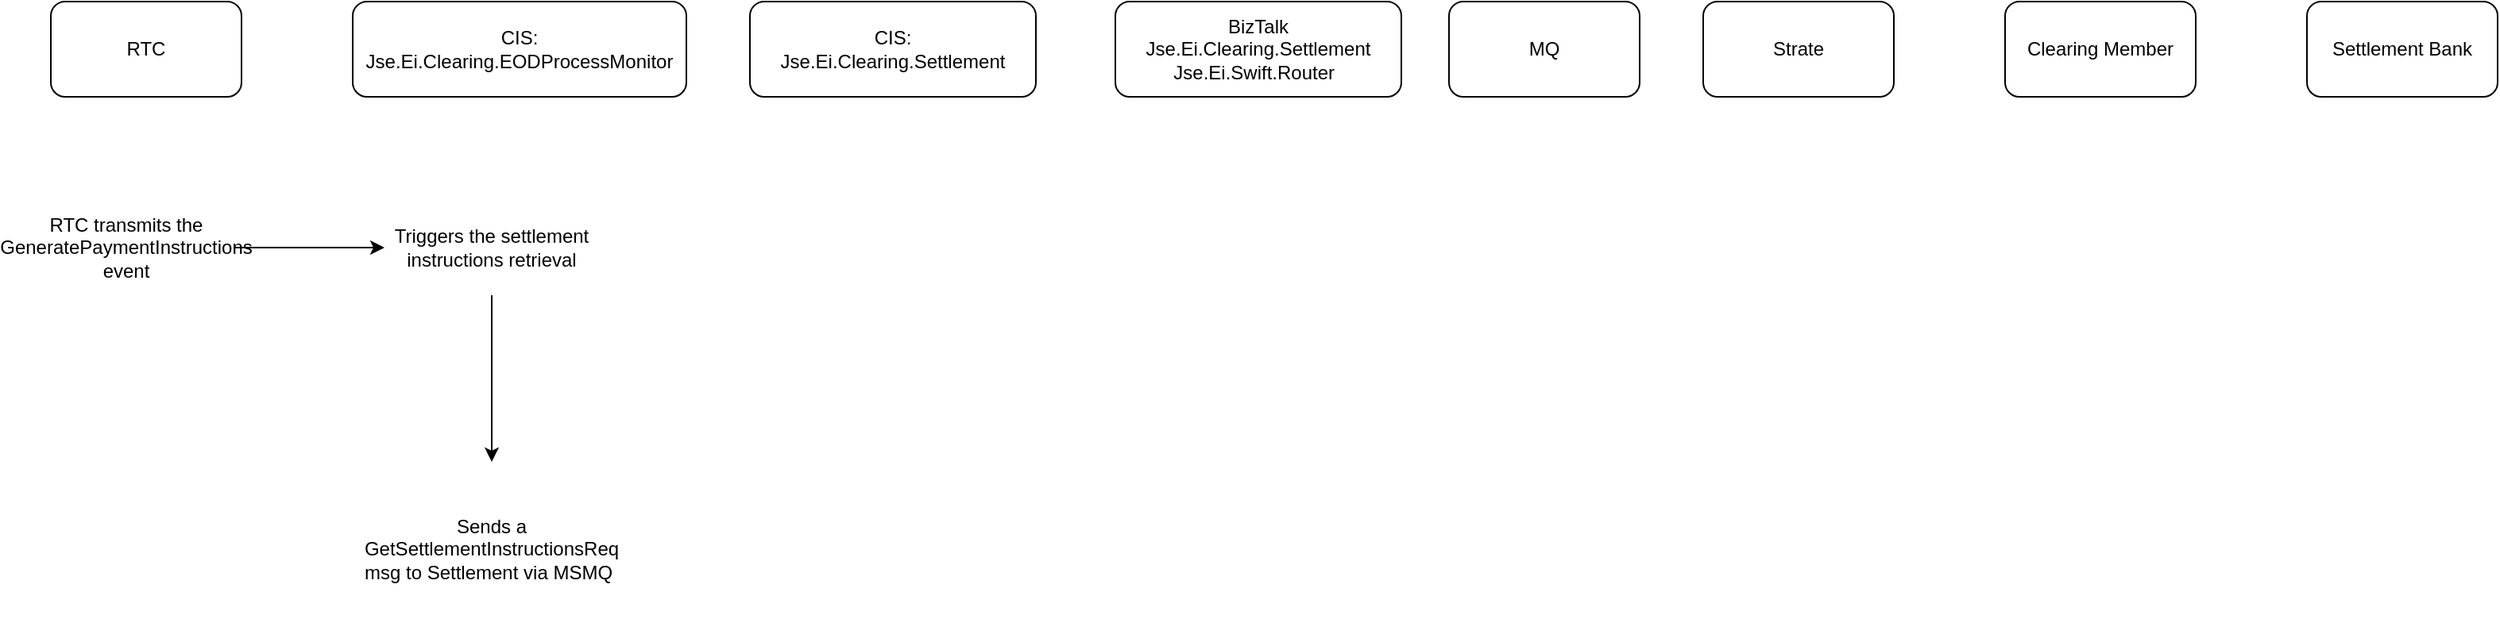
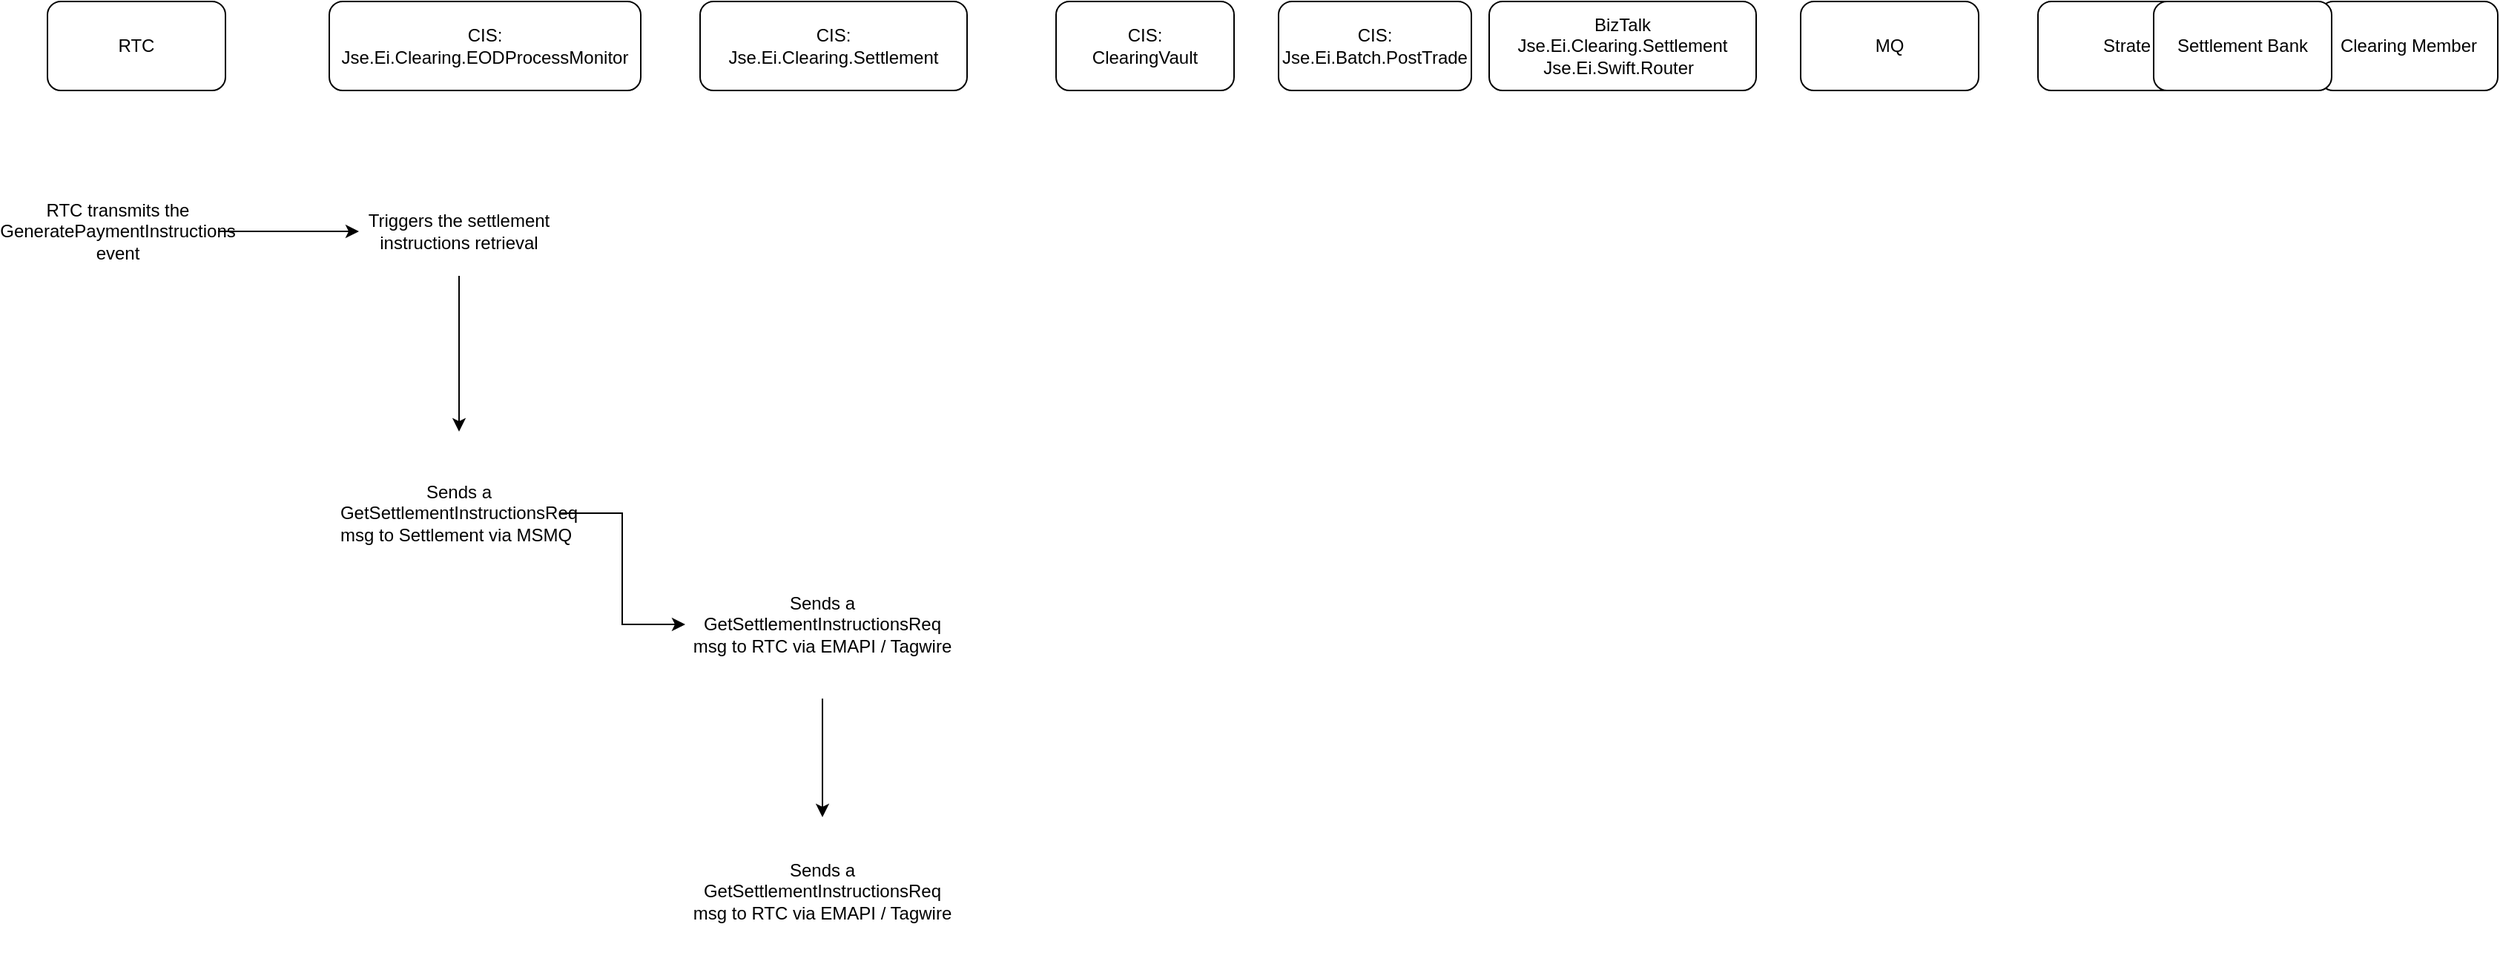
<mxfile host="app.diagrams.net">
  <diagram name="Page-1" id="vidGpl-5MFJZR5KmYKjs">
    <mxGraphModel dx="1406" dy="746" grid="1" gridSize="10" guides="1" tooltips="1" connect="1" arrows="1" fold="1" page="1" pageScale="1" pageWidth="850" pageHeight="1100" math="0" shadow="0">
      <root>
        <mxCell id="0" />
        <mxCell id="1" parent="0" />
        <mxCell id="Y7hr2lu_-T20AjTg2ncd-1" parent="1" style="rounded=1;whiteSpace=wrap;html=1;" value="RTC" vertex="1">
          <mxGeometry height="60" width="120" x="70" y="80" as="geometry" />
        </mxCell>
        <mxCell id="Y7hr2lu_-T20AjTg2ncd-2" parent="1" style="rounded=1;whiteSpace=wrap;html=1;" value="CIS:&lt;div&gt;Jse.Ei.Clearing.Settlement&lt;/div&gt;" vertex="1">
          <mxGeometry height="60" width="180" x="510" y="80" as="geometry" />
        </mxCell>
        <mxCell id="Y7hr2lu_-T20AjTg2ncd-3" parent="1" style="rounded=1;whiteSpace=wrap;html=1;" value="CIS:&lt;div&gt;Jse.Ei.Clearing.EODProcessMonitor&lt;/div&gt;" vertex="1">
          <mxGeometry height="60" width="210" x="260" y="80" as="geometry" />
        </mxCell>
        <mxCell id="Y7hr2lu_-T20AjTg2ncd-4" parent="1" style="rounded=1;whiteSpace=wrap;html=1;" value="BizTalk&lt;div&gt;Jse.Ei.Clearing.Settlement&lt;/div&gt;&lt;div&gt;Jse.Ei.Swift.Router&lt;span style=&quot;white-space: pre;&quot;&gt;&#x9;&lt;/span&gt;&lt;/div&gt;" vertex="1">
-           <mxGeometry height="60" width="180" x="740" y="80" as="geometry" />
+           <mxGeometry height="60" width="180" x="1042" y="80" as="geometry" />
        </mxCell>
        <mxCell id="t7a2u7lnhrg4pLDZo-nx-1" parent="1" style="rounded=1;whiteSpace=wrap;html=1;" value="MQ" vertex="1">
-           <mxGeometry height="60" width="120" x="950" y="80" as="geometry" />
+           <mxGeometry height="60" width="120" x="1252" y="80" as="geometry" />
        </mxCell>
        <mxCell id="t7a2u7lnhrg4pLDZo-nx-2" parent="1" style="rounded=1;whiteSpace=wrap;html=1;" value="Strate" vertex="1">
-           <mxGeometry height="60" width="120" x="1110" y="80" as="geometry" />
+           <mxGeometry height="60" width="120" x="1412" y="80" as="geometry" />
        </mxCell>
        <mxCell id="t7a2u7lnhrg4pLDZo-nx-3" parent="1" style="rounded=1;whiteSpace=wrap;html=1;" value="Clearing Member" vertex="1">
-           <mxGeometry height="60" width="120" x="1300" y="80" as="geometry" />
+           <mxGeometry height="60" width="120" x="1602" y="80" as="geometry" />
        </mxCell>
        <mxCell id="t7a2u7lnhrg4pLDZo-nx-4" parent="1" style="rounded=1;whiteSpace=wrap;html=1;" value="Settlement Bank" vertex="1">
          <mxGeometry height="60" width="120" x="1490" y="80" as="geometry" />
        </mxCell>
        <mxCell id="t7a2u7lnhrg4pLDZo-nx-16" edge="1" parent="1" source="t7a2u7lnhrg4pLDZo-nx-14" style="edgeStyle=orthogonalEdgeStyle;rounded=0;orthogonalLoop=1;jettySize=auto;html=1;" target="t7a2u7lnhrg4pLDZo-nx-15" value="">
          <mxGeometry relative="1" as="geometry" />
        </mxCell>
        <mxCell id="t7a2u7lnhrg4pLDZo-nx-14" parent="1" style="text;html=1;whiteSpace=wrap;strokeColor=none;fillColor=none;align=center;verticalAlign=middle;rounded=0;" value="RTC transmits the GeneratePaymentInstructions event" vertex="1">
          <mxGeometry height="110" width="135" x="50" y="180" as="geometry" />
        </mxCell>
        <mxCell id="t7a2u7lnhrg4pLDZo-nx-18" edge="1" parent="1" source="t7a2u7lnhrg4pLDZo-nx-15" style="edgeStyle=orthogonalEdgeStyle;rounded=0;orthogonalLoop=1;jettySize=auto;html=1;" target="t7a2u7lnhrg4pLDZo-nx-17" value="">
          <mxGeometry relative="1" as="geometry" />
        </mxCell>
        <mxCell id="t7a2u7lnhrg4pLDZo-nx-15" parent="1" style="text;html=1;whiteSpace=wrap;strokeColor=none;fillColor=none;align=center;verticalAlign=middle;rounded=0;" value="Triggers the settlement instructions retrieval" vertex="1">
          <mxGeometry height="60" width="135" x="280" y="205" as="geometry" />
        </mxCell>
+         <mxCell id="t7a2u7lnhrg4pLDZo-nx-20" edge="1" parent="1" source="t7a2u7lnhrg4pLDZo-nx-17" style="edgeStyle=orthogonalEdgeStyle;rounded=0;orthogonalLoop=1;jettySize=auto;html=1;" target="t7a2u7lnhrg4pLDZo-nx-19" value="">
+           <mxGeometry relative="1" as="geometry" />
+         </mxCell>
        <mxCell id="t7a2u7lnhrg4pLDZo-nx-17" parent="1" style="text;html=1;whiteSpace=wrap;strokeColor=none;fillColor=none;align=center;verticalAlign=middle;rounded=0;labelBackgroundColor=light-dark(default, #1c1c1c);" value="Sends a GetSettlementInstructionsReq msg to Settlement via MSMQ&lt;span style=&quot;white-space: pre;&quot;&gt;&#x9;&lt;/span&gt;" vertex="1">
          <mxGeometry height="110" width="135" x="280" y="370" as="geometry" />
+         </mxCell>
+         <mxCell id="t7a2u7lnhrg4pLDZo-nx-23" edge="1" parent="1" source="t7a2u7lnhrg4pLDZo-nx-19" style="edgeStyle=orthogonalEdgeStyle;rounded=0;orthogonalLoop=1;jettySize=auto;html=1;" target="t7a2u7lnhrg4pLDZo-nx-22" value="">
+           <mxGeometry relative="1" as="geometry" />
+         </mxCell>
+         <mxCell id="t7a2u7lnhrg4pLDZo-nx-19" parent="1" style="text;html=1;whiteSpace=wrap;strokeColor=none;fillColor=none;align=center;verticalAlign=middle;rounded=0;labelBackgroundColor=light-dark(default, #1c1c1c);" value="Sends a GetSettlementInstructionsReq msg to RTC via EMAPI / Tagwire" vertex="1">
+           <mxGeometry height="100" width="185" x="500" y="450" as="geometry" />
+         </mxCell>
+         <mxCell id="t7a2u7lnhrg4pLDZo-nx-21" parent="1" style="rounded=1;whiteSpace=wrap;html=1;" value="CIS:&lt;div&gt;ClearingVault&lt;/div&gt;" vertex="1">
+           <mxGeometry height="60" width="120" x="750" y="80" as="geometry" />
+         </mxCell>
+         <mxCell id="t7a2u7lnhrg4pLDZo-nx-22" parent="1" style="text;html=1;whiteSpace=wrap;strokeColor=none;fillColor=none;align=center;verticalAlign=middle;rounded=0;labelBackgroundColor=light-dark(default, #1c1c1c);" value="Sends a GetSettlementInstructionsReq msg to RTC via EMAPI / Tagwire" vertex="1">
+           <mxGeometry height="100" width="185" x="500" y="630" as="geometry" />
+         </mxCell>
+         <mxCell id="t7a2u7lnhrg4pLDZo-nx-24" parent="1" style="rounded=1;whiteSpace=wrap;html=1;" value="CIS:&lt;div&gt;Jse.Ei.Batch.PostTrade&lt;/div&gt;" vertex="1">
+           <mxGeometry height="60" width="130" x="900" y="80" as="geometry" />
        </mxCell>
      </root>
    </mxGraphModel>
  </diagram>
</mxfile>
